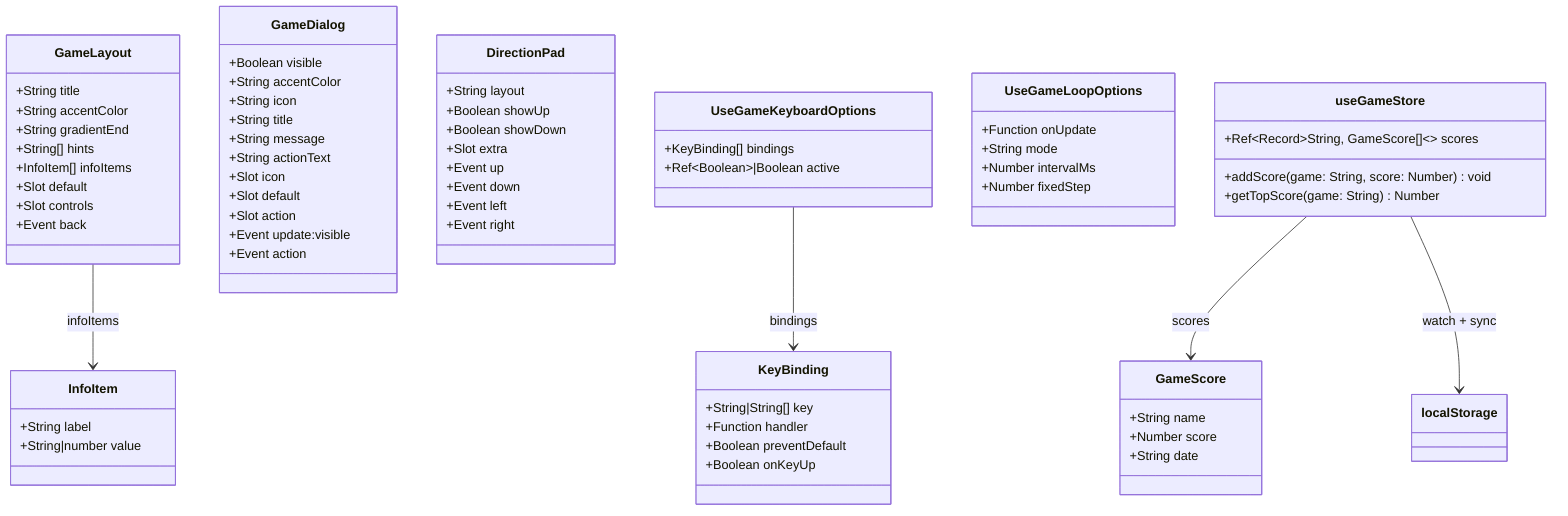
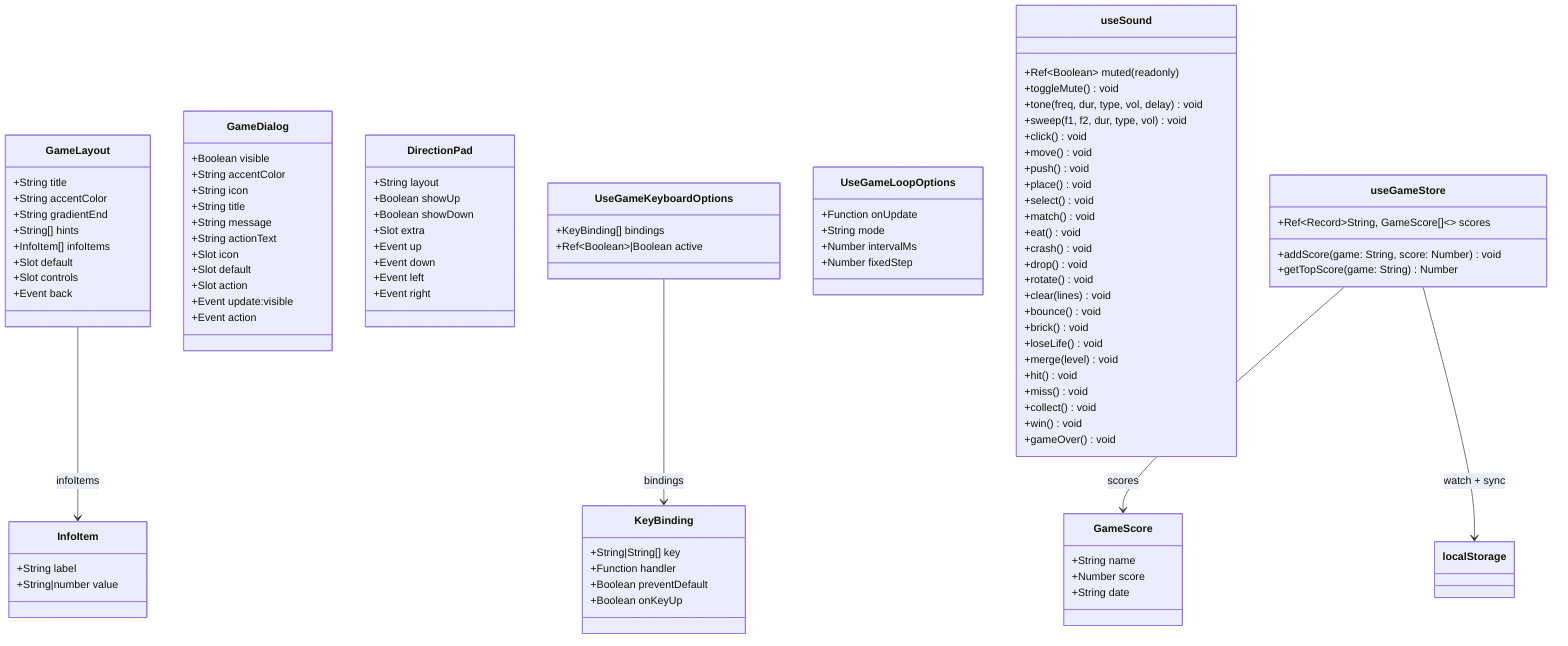
classDiagram
    class GameLayout {
        +String title
        +String accentColor
        +String gradientEnd
        +String[] hints
        +InfoItem[] infoItems
        +Slot default
        +Slot controls
        +Event back
    }

    class InfoItem {
        +String label
        +String|number value
    }

    class GameDialog {
        +Boolean visible
        +String accentColor
        +String icon
        +String title
        +String message
        +String actionText
        +Slot icon
        +Slot default
        +Slot action
        +Event update:visible
        +Event action
    }

    class DirectionPad {
        +String layout
        +Boolean showUp
        +Boolean showDown
        +Slot extra
        +Event up
        +Event down
        +Event left
        +Event right
    }

    class KeyBinding {
        +String|String[] key
        +Function handler
        +Boolean preventDefault
        +Boolean onKeyUp
    }

    class UseGameKeyboardOptions {
        +KeyBinding[] bindings
        +Ref~Boolean~|Boolean active
    }

    class UseGameLoopOptions {
        +Function onUpdate
        +String mode
        +Number intervalMs
        +Number fixedStep
    }

+     class useSound {
+         +Ref~Boolean~ muted (readonly)
+         +toggleMute() void
+         +tone(freq, dur, type, vol, delay) void
+         +sweep(f1, f2, dur, type, vol) void
+         +click() void
+         +move() void
+         +push() void
+         +place() void
+         +select() void
+         +match() void
+         +eat() void
+         +crash() void
+         +drop() void
+         +rotate() void
+         +clear(lines) void
+         +bounce() void
+         +brick() void
+         +loseLife() void
+         +merge(level) void
+         +hit() void
+         +miss() void
+         +collect() void
+         +win() void
+         +gameOver() void
+     }
+ 
    class GameScore {
        +String name
        +Number score
        +String date
    }

    class useGameStore {
        +Ref~Record~String, GameScore[]~~ scores
        +addScore(game: String, score: Number) void
        +getTopScore(game: String) Number
    }

    GameLayout --> InfoItem : infoItems
    UseGameKeyboardOptions --> KeyBinding : bindings
    useGameStore --> GameScore : scores
    useGameStore --> localStorage : watch + sync
